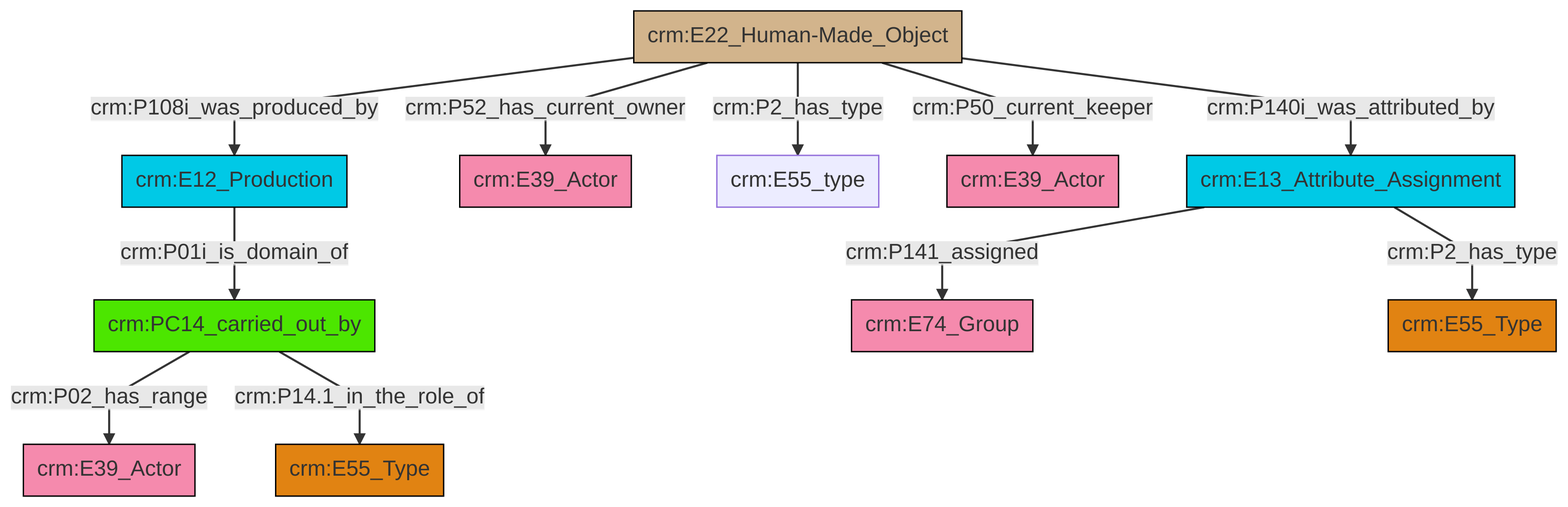
swiss-art-research-net/reference-data-models keeps this Mermaid diagram as et/artworkCSV/ttl/mmd/png/Artwork_Actor_Relations.png. Above is the earlier version. Its source is kept beside it as et/artworkCSV/ttl/mmd/Artwork_Actor_Relations.ttl.mmd.
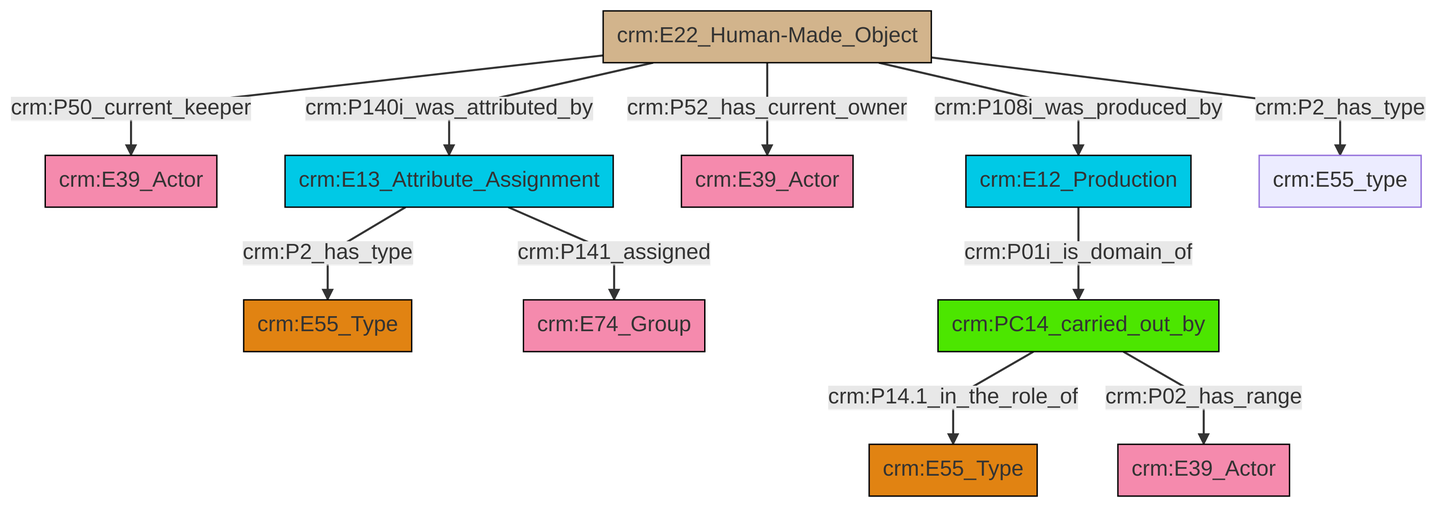
After the change.

Diff of the diagram source:
```diff
@@ -13,13 +13,13 @@
 classDef PC_Classes fill:#4ce600, stroke:#000000;
 classDef Multi fill:#cccccc,stroke:#000000;
 
-2["crm:E12_Production"]:::Temporal_Entity -->|crm:P01i_is_domain_of| 3["crm:PC14_carried_out_by"]:::PC_Classes
-0["crm:E22_Human-Made_Object"]:::Physical_Thing -->|crm:P52_has_current_owner| 4["crm:E39_Actor"]:::Actor
-3["crm:PC14_carried_out_by"]:::PC_Classes -->|crm:P02_has_range| 7["crm:E39_Actor"]:::Actor
-0["crm:E22_Human-Made_Object"]:::Physical_Thing -->|crm:P50_current_keeper| 8["crm:E39_Actor"]:::Actor
-12["crm:E13_Attribute_Assignment"]:::Temporal_Entity -->|crm:P141_assigned| 13["crm:E74_Group"]:::Actor
-12["crm:E13_Attribute_Assignment"]:::Temporal_Entity -->|crm:P2_has_type| 14["crm:E55_Type"]:::Type
-0["crm:E22_Human-Made_Object"]:::Physical_Thing -->|crm:P140i_was_attributed_by| 12["crm:E13_Attribute_Assignment"]:::Temporal_Entity
-0["crm:E22_Human-Made_Object"]:::Physical_Thing -->|crm:P2_has_type| 5["crm:E55_type"]:::Default
-0["crm:E22_Human-Made_Object"]:::Physical_Thing -->|crm:P108i_was_produced_by| 2["crm:E12_Production"]:::Temporal_Entity
-3["crm:PC14_carried_out_by"]:::PC_Classes -->|crm:P14.1_in_the_role_of| 18["crm:E55_Type"]:::Type
+2["crm:E13_Attribute_Assignment"]:::Temporal_Entity -->|crm:P2_has_type| 0["crm:E55_Type"]:::Type
+8["crm:E22_Human-Made_Object"]:::Physical_Thing -->|crm:P50_current_keeper| 9["crm:E39_Actor"]:::Actor
+12["crm:PC14_carried_out_by"]:::PC_Classes -->|crm:P14.1_in_the_role_of| 13["crm:E55_Type"]:::Type
+12["crm:PC14_carried_out_by"]:::PC_Classes -->|crm:P02_has_range| 4["crm:E39_Actor"]:::Actor
+2["crm:E13_Attribute_Assignment"]:::Temporal_Entity -->|crm:P141_assigned| 15["crm:E74_Group"]:::Actor
+8["crm:E22_Human-Made_Object"]:::Physical_Thing -->|crm:P140i_was_attributed_by| 2["crm:E13_Attribute_Assignment"]:::Temporal_Entity
+8["crm:E22_Human-Made_Object"]:::Physical_Thing -->|crm:P52_has_current_owner| 17["crm:E39_Actor"]:::Actor
+8["crm:E22_Human-Made_Object"]:::Physical_Thing -->|crm:P108i_was_produced_by| 10["crm:E12_Production"]:::Temporal_Entity
+10["crm:E12_Production"]:::Temporal_Entity -->|crm:P01i_is_domain_of| 12["crm:PC14_carried_out_by"]:::PC_Classes
+8["crm:E22_Human-Made_Object"]:::Physical_Thing -->|crm:P2_has_type| 6["crm:E55_type"]:::Default
```
